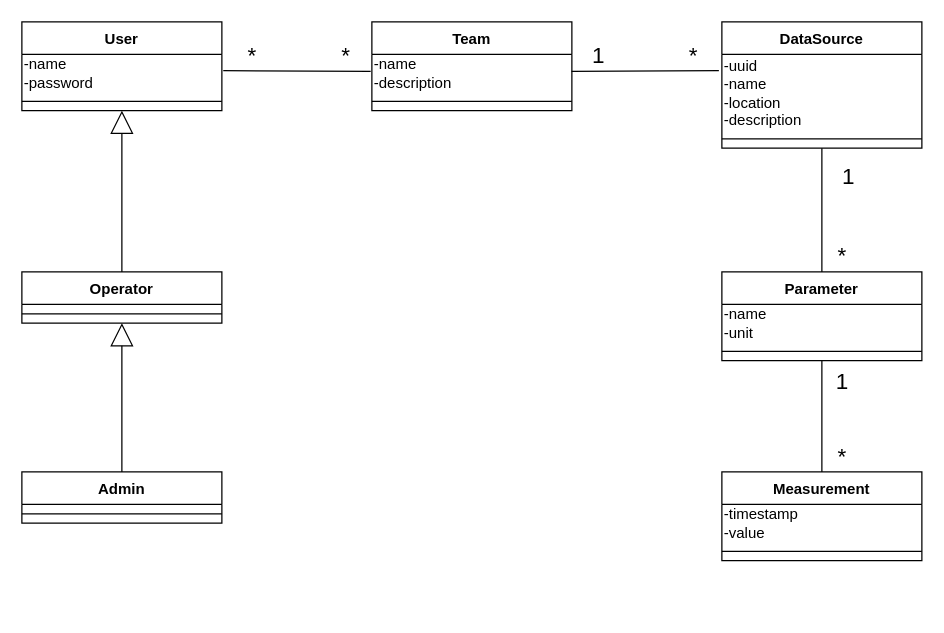
Before: documents/specifikacio/resources/entities.drawio in vapitea/data-collector-public, a draw.io diagram. Source tidied: cells renumbered, new cells numbered last; positions are measured from the earlier drawing's top-left corner, leaving out a move shared by most shapes. Both pictures are drawn from the tidied source at 125%, with x=0, y=0 at pixel (21, 21).
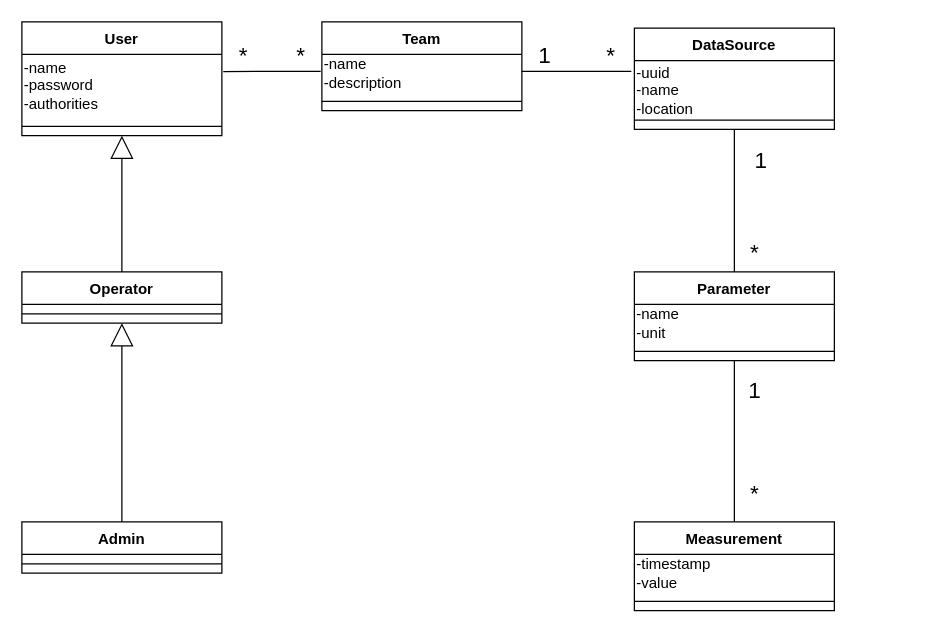
The same page after the edit.

The change refers to these unchanged cells:
```xml
<mxCell id="23" value="-name&lt;br&gt;-description" style="text;html=1;align=left;verticalAlign=middle;points=[];" parent="22" vertex="1">
  <mxGeometry y="26" width="160" height="30" as="geometry" />
</mxCell>
```

Diff of the diagram source:
```diff
@@
-    <mxCell id="2" style="edgeStyle=none;rounded=0;jettySize=auto;html=1;startArrow=none;startFill=0;endArrow=none;endFill=0;endSize=16;entryX=-0.006;entryY=0.456;entryDx=0;entryDy=0;exitX=1.007;exitY=0.433;exitDx=0;exitDy=0;exitPerimeter=0;entryPerimeter=0;" parent="1" edge="1" source="6" target="23">
+    <mxCell id="2" style="edgeStyle=none;rounded=0;jettySize=auto;html=1;startArrow=none;startFill=0;endArrow=none;endFill=0;endSize=16;entryX=-0.006;entryY=0.456;entryDx=0;entryDy=0;exitX=1.007;exitY=0.274;exitDx=0;exitDy=0;exitPerimeter=0;entryPerimeter=0;" parent="1" edge="1" source="6" target="23">
       <mxGeometry relative="1" as="geometry" />
     </mxCell>
@@
     <mxCell id="5" value="User" style="swimlane;fontStyle=1;align=center;verticalAlign=top;horizontal=1;startSize=26;arcSize=15;fillOpacity=100;fixDash=0;" parent="1" vertex="1">
-      <mxGeometry width="160" height="71" as="geometry" />
+      <mxGeometry width="160" height="91" as="geometry" />
     </mxCell>
-    <mxCell id="6" value="-name&lt;br&gt;-password" style="text;html=1;align=left;verticalAlign=middle;points=[];" parent="5" vertex="1">
-      <mxGeometry y="26" width="160" height="30" as="geometry" />
+    <mxCell id="6" value="-name&lt;br&gt;-password&lt;br&gt;-authorities" style="text;html=1;align=left;verticalAlign=middle;points=[];" parent="5" vertex="1">
+      <mxGeometry y="26" width="160" height="50" as="geometry" />
     </mxCell>
     <mxCell id="7" style="line;strokeWidth=1;fillColor=none;align=left;verticalAlign=middle;spacingTop=-1;spacingLeft=3;spacingRight=3;labelPosition=right;" parent="5" vertex="1">
-      <mxGeometry y="56" width="160" height="15" as="geometry" />
+      <mxGeometry y="76" width="160" height="15" as="geometry" />
     </mxCell>
@@
     <mxCell id="19" value="Parameter" style="swimlane;fontStyle=1;align=center;verticalAlign=top;horizontal=1;startSize=26;" parent="1" vertex="1">
-      <mxGeometry x="560" y="200" width="160" height="71" as="geometry" />
+      <mxGeometry x="490" y="200" width="160" height="71" as="geometry" />
     </mxCell>
@@
     <mxCell id="22" value="Team" style="swimlane;fontStyle=1;align=center;verticalAlign=top;horizontal=1;startSize=26;" parent="1" vertex="1">
-      <mxGeometry x="280" width="160" height="71" as="geometry" />
+      <mxGeometry x="240" width="160" height="71" as="geometry" />
     </mxCell>
@@
     <mxCell id="25" value="DataSource" style="swimlane;fontStyle=1;align=center;verticalAlign=top;horizontal=1;startSize=26;" parent="1" vertex="1">
-      <mxGeometry x="560" width="160" height="101" as="geometry" />
+      <mxGeometry x="490" y="5" width="160" height="81" as="geometry" />
     </mxCell>
-    <mxCell id="26" value="-uuid&lt;br&gt;-name&lt;br&gt;-location&lt;br&gt;-description" style="text;html=1;points=[];align=left;verticalAlign=top;spacingTop=-4;" parent="25" vertex="1">
-      <mxGeometry y="26" width="160" height="60" as="geometry" />
+    <mxCell id="26" value="-uuid&lt;br&gt;-name&lt;br&gt;-location" style="text;html=1;points=[];align=left;verticalAlign=top;spacingTop=-4;" parent="25" vertex="1">
+      <mxGeometry y="26" width="160" height="40" as="geometry" />
     </mxCell>
     <mxCell id="27" style="line;strokeWidth=1;fillColor=none;align=left;verticalAlign=middle;spacingTop=-1;spacingLeft=3;spacingRight=3;labelPosition=right;" parent="25" vertex="1">
-      <mxGeometry y="86" width="160" height="15" as="geometry" />
+      <mxGeometry y="66" width="160" height="15" as="geometry" />
     </mxCell>
@@
     <mxCell id="30" value="Measurement" style="swimlane;fontStyle=1;align=center;verticalAlign=top;horizontal=1;startSize=26;" parent="1" vertex="1">
-      <mxGeometry x="560" y="360" width="160" height="71" as="geometry" />
+      <mxGeometry x="490" y="400" width="160" height="71" as="geometry" />
     </mxCell>
@@
     <mxCell id="33" value="Admin" style="swimlane;fontStyle=1;align=center;verticalAlign=top;horizontal=1;startSize=26;" parent="1" vertex="1">
-      <mxGeometry y="360" width="160" height="41" as="geometry" />
+      <mxGeometry y="400" width="160" height="41" as="geometry" />
     </mxCell>
```
